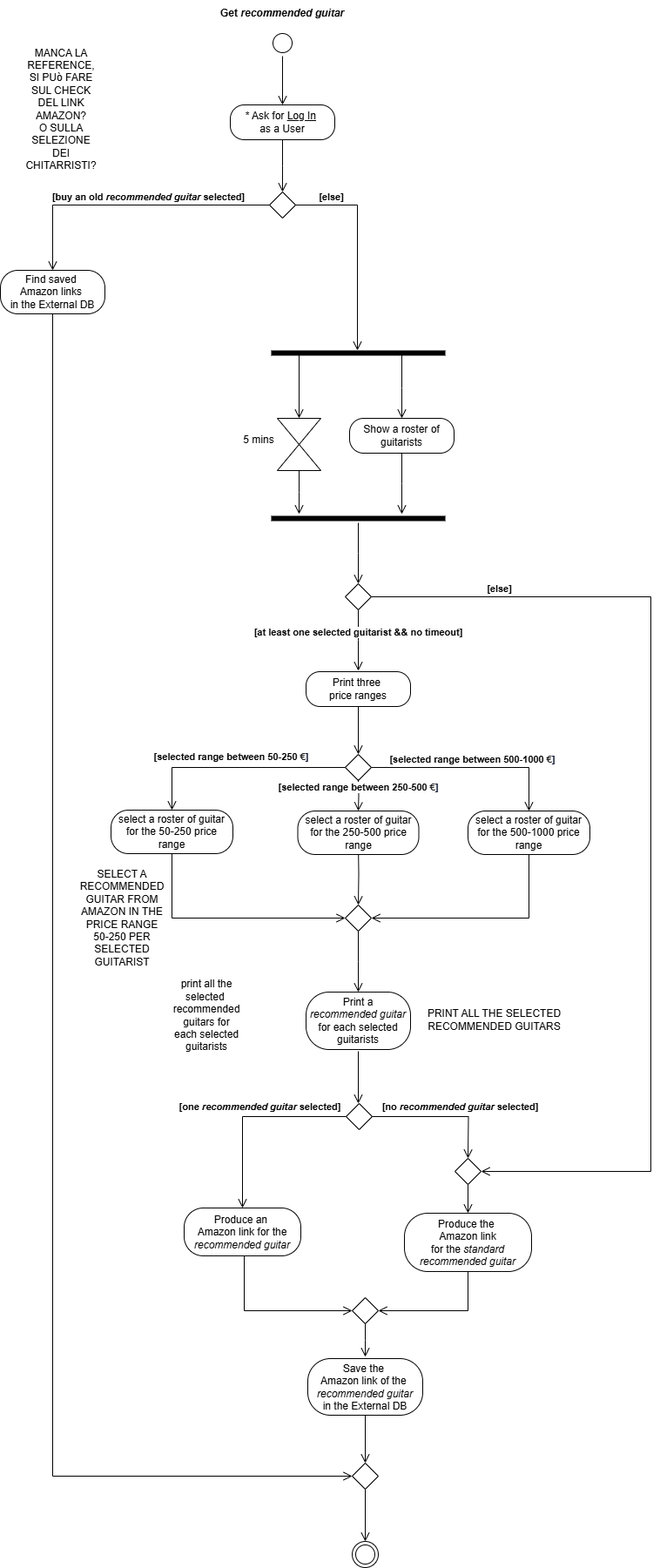
Earlier version of the draw.io export ActivityDiagramM.drawio.png (TizianoLilli/ISPW-Project). Source tidied: cells renumbered, new cells last; positions are measured from the earlier drawing's top-left corner, leaving out a move shared by most shapes.
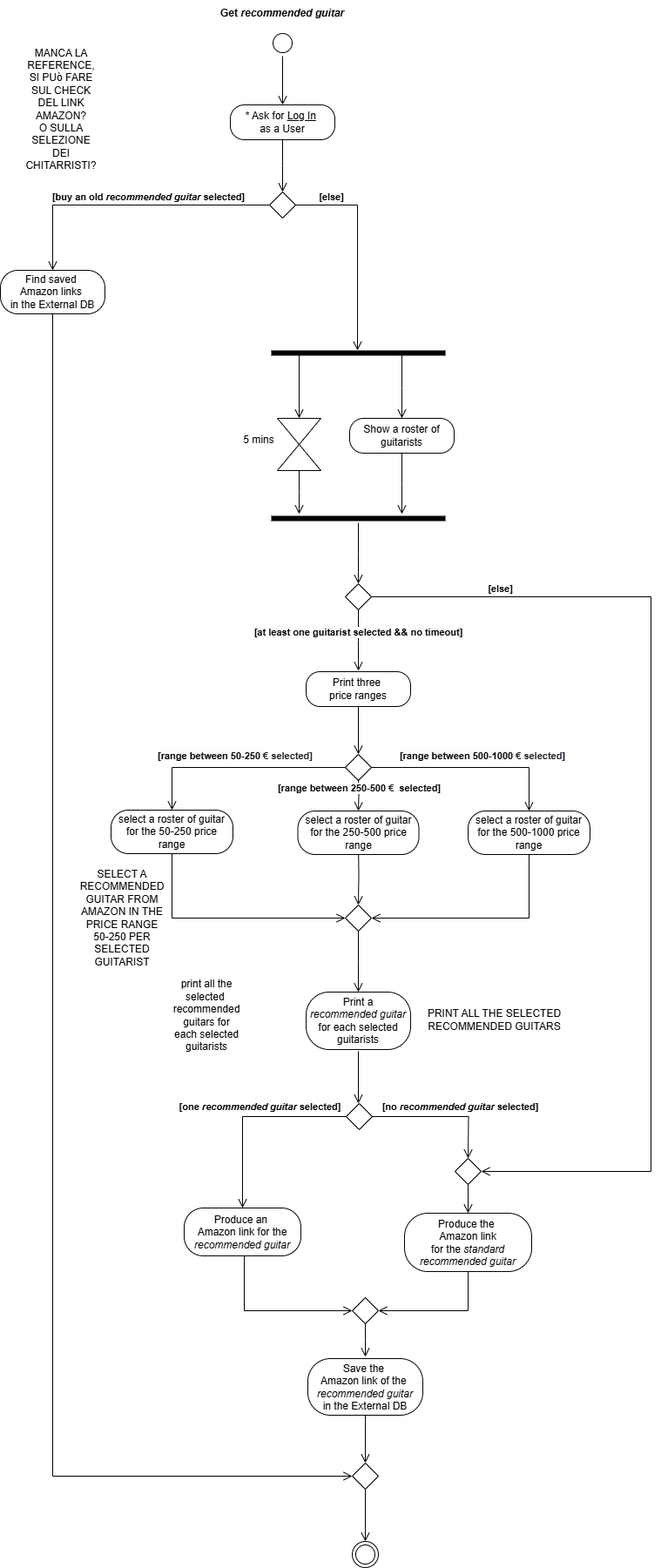
Above is the later version.

The edit, as a diff of the source:
```diff
@@ -13,7 +13,7 @@
     <mxCell id="4" style="rhombus;whiteSpace=wrap;html=1;labelBackgroundColor=none;" parent="1" vertex="1">
       <mxGeometry x="396" y="866" width="30" height="30" as="geometry" />
     </mxCell>
-    <mxCell id="5" value="&lt;b&gt;[&lt;/b&gt;&lt;b style=&quot;text-align: left;&quot;&gt;selected&amp;nbsp;&lt;/b&gt;&lt;b&gt;range between 500-1000&amp;nbsp;&lt;span style=&quot;text-align: left; text-wrap-mode: wrap; color: rgb(31, 31, 31); background-color: rgb(255, 255, 255);&quot;&gt;€&lt;/span&gt;&lt;span style=&quot;text-align: left; background-color: initial;&quot;&gt;&lt;font style=&quot;&quot; face=&quot;Helvetica&quot;&gt;&lt;font style=&quot;&quot; color=&quot;#040c28&quot;&gt;&lt;span style=&quot;text-wrap-mode: wrap;&quot;&gt;]&lt;/span&gt;&lt;/font&gt;&lt;/font&gt;&lt;/span&gt;&lt;/b&gt;" style="edgeStyle=orthogonalEdgeStyle;html=1;verticalAlign=bottom;endArrow=open;endSize=8;rounded=0;exitX=1;exitY=0.5;exitDx=0;exitDy=0;labelBackgroundColor=none;fontColor=default;" parent="1" edge="1" source="4" target="12">
+    <mxCell id="5" style="edgeStyle=orthogonalEdgeStyle;html=1;verticalAlign=bottom;endArrow=open;endSize=8;rounded=0;exitX=1;exitY=0.5;exitDx=0;exitDy=0;labelBackgroundColor=none;fontColor=default;" parent="1" edge="1" source="4" target="12">
       <mxGeometry relative="1" as="geometry">
         <Array as="points">
           <mxPoint x="607" y="881" />
@@ -29,8 +29,8 @@
         </Array>
       </mxGeometry>
     </mxCell>
-    <mxCell id="7" value="&lt;b&gt;[&lt;/b&gt;&lt;b style=&quot;text-align: left;&quot;&gt;&lt;span style=&quot;&quot;&gt;selected&amp;nbsp;&lt;/span&gt;&lt;/b&gt;&lt;b&gt;range between 250-500&amp;nbsp;&lt;span style=&quot;text-align: left; text-wrap-mode: wrap; color: rgb(31, 31, 31);&quot;&gt;€&lt;/span&gt;&lt;span style=&quot;text-align: left;&quot;&gt;&lt;font face=&quot;Helvetica&quot; style=&quot;&quot;&gt;&lt;font color=&quot;#040c28&quot; style=&quot;&quot;&gt;&lt;span style=&quot;text-wrap-mode: wrap;&quot;&gt;]&lt;/span&gt;&lt;/font&gt;&lt;/font&gt;&lt;/span&gt;&lt;/b&gt;" style="edgeStyle=orthogonalEdgeStyle;html=1;verticalAlign=bottom;endArrow=open;endSize=8;rounded=0;exitX=0.5;exitY=1;exitDx=0;exitDy=0;labelBackgroundColor=default;fontColor=default;entryX=0.5;entryY=0;entryDx=0;entryDy=0;" parent="1" edge="1" target="11">
-      <mxGeometry relative="1" as="geometry">
+    <mxCell id="7" value="&lt;b&gt;[range between 250-500&amp;nbsp;&lt;/b&gt;&lt;b style=&quot;text-align: left; background-color: rgb(251, 251, 251);&quot;&gt;&lt;span style=&quot;text-wrap-mode: wrap; color: rgb(31, 31, 31); background-color: rgb(255, 255, 255);&quot;&gt;€&amp;nbsp;&lt;/span&gt;&lt;/b&gt;&lt;b&gt;&amp;nbsp;selected]&lt;/b&gt;" style="edgeStyle=orthogonalEdgeStyle;html=1;verticalAlign=bottom;endArrow=open;endSize=8;rounded=0;exitX=0.5;exitY=1;exitDx=0;exitDy=0;labelBackgroundColor=default;fontColor=default;entryX=0.5;entryY=0;entryDx=0;entryDy=0;" parent="1" edge="1" target="11">
+      <mxGeometry x="0.01" relative="1" as="geometry">
         <mxPoint x="411" y="895" as="sourcePoint" />
       </mxGeometry>
     </mxCell>
@@ -39,8 +39,8 @@
         <mxPoint x="411" y="967" as="sourcePoint" />
       </mxGeometry>
     </mxCell>
-    <mxCell id="9" value="&lt;div style=&quot;text-align: left;&quot;&gt;&lt;b&gt;&lt;span style=&quot;background-color: initial;&quot;&gt;&lt;font style=&quot;&quot; face=&quot;Helvetica&quot;&gt;[selected range between 50-250&amp;nbsp;&lt;/font&gt;&lt;/span&gt;&lt;span style=&quot;text-wrap-mode: wrap; color: rgb(31, 31, 31); text-align: left; background-color: rgb(255, 255, 255);&quot;&gt;&lt;font style=&quot;font-size: 11px;&quot;&gt;€&lt;/font&gt;&lt;/span&gt;&lt;span style=&quot;background-color: initial;&quot;&gt;&lt;font style=&quot;&quot; face=&quot;Helvetica&quot;&gt;&lt;font style=&quot;&quot; color=&quot;#040c28&quot;&gt;&lt;span style=&quot;text-wrap-mode: wrap;&quot;&gt;]&lt;/span&gt;&lt;/font&gt;&lt;/font&gt;&lt;/span&gt;&lt;/b&gt;&lt;/div&gt;" style="edgeStyle=orthogonalEdgeStyle;html=1;verticalAlign=bottom;endArrow=open;endSize=8;rounded=0;exitX=0;exitY=0.5;exitDx=0;exitDy=0;labelBackgroundColor=none;fontColor=default;entryX=0.5;entryY=0;entryDx=0;entryDy=0;" parent="1" edge="1" source="4" target="10">
-      <mxGeometry x="0.05" y="-3" relative="1" as="geometry" />
+    <mxCell id="9" value="&lt;div style=&quot;text-align: left;&quot;&gt;&lt;br&gt;&lt;/div&gt;" style="edgeStyle=orthogonalEdgeStyle;html=1;verticalAlign=bottom;endArrow=open;endSize=8;rounded=0;exitX=0;exitY=0.5;exitDx=0;exitDy=0;labelBackgroundColor=none;fontColor=default;entryX=0.5;entryY=0;entryDx=0;entryDy=0;" parent="1" edge="1" source="4" target="10">
+      <mxGeometry x="0.06" y="-3" relative="1" as="geometry" />
     </mxCell>
     <mxCell id="10" value="select a roster of guitar for the 50-250 price range" style="rounded=1;whiteSpace=wrap;html=1;arcSize=40;labelBackgroundColor=none;" parent="1" vertex="1">
       <mxGeometry x="127" y="930" width="140" height="50" as="geometry" />
@@ -158,8 +158,8 @@
     <mxCell id="40" style="rhombus;whiteSpace=wrap;html=1;labelBackgroundColor=none;" parent="1" vertex="1">
       <mxGeometry x="396" y="670" width="30" height="30" as="geometry" />
     </mxCell>
-    <mxCell id="41" value="&lt;b&gt;[at least one selected guitarist &amp;amp;&amp;amp; no timeout]&lt;/b&gt;" style="edgeStyle=orthogonalEdgeStyle;html=1;verticalAlign=bottom;endArrow=open;endSize=8;rounded=0;labelBackgroundColor=default;fontColor=default;exitX=0.5;exitY=1;exitDx=0;exitDy=0;" parent="1" edge="1" source="40">
-      <mxGeometry relative="1" as="geometry">
+    <mxCell id="41" value="&lt;b&gt;[at least one guitarist selected &amp;amp;&amp;amp; no timeout]&lt;/b&gt;" style="edgeStyle=orthogonalEdgeStyle;html=1;verticalAlign=bottom;endArrow=open;endSize=8;rounded=0;labelBackgroundColor=default;fontColor=default;exitX=0.5;exitY=1;exitDx=0;exitDy=0;" parent="1" edge="1" source="40">
+      <mxGeometry x="-0.01" relative="1" as="geometry">
         <mxPoint x="411" y="770" as="targetPoint" />
       </mxGeometry>
     </mxCell>
@@ -243,5 +243,11 @@
     <mxCell id="61" value="5 mins" style="text;html=1;align=center;verticalAlign=middle;whiteSpace=wrap;rounded=0;" parent="1" vertex="1">
       <mxGeometry x="267" y="490" width="60" height="30" as="geometry" />
     </mxCell>
+    <mxCell id="62" value="&#10;&lt;b style=&quot;forced-color-adjust: none; color: rgb(0, 0, 0); font-family: Helvetica; font-size: 11px; font-style: normal; font-variant-ligatures: normal; font-variant-caps: normal; letter-spacing: normal; orphans: 2; text-align: left; text-indent: 0px; text-transform: none; widows: 2; word-spacing: 0px; -webkit-text-stroke-width: 0px; white-space: nowrap; background-color: rgb(251, 251, 251); text-decoration-thickness: initial; text-decoration-style: initial; text-decoration-color: initial;&quot;&gt;[range between 50-250&amp;nbsp;&lt;/b&gt;&lt;b style=&quot;forced-color-adjust: none; color: rgb(0, 0, 0); font-family: Helvetica; font-size: 11px; font-style: normal; font-variant-ligatures: normal; font-variant-caps: normal; letter-spacing: normal; orphans: 2; text-align: left; text-indent: 0px; text-transform: none; widows: 2; word-spacing: 0px; -webkit-text-stroke-width: 0px; white-space: nowrap; background-color: initial; text-decoration-thickness: initial; text-decoration-style: initial; text-decoration-color: initial;&quot;&gt;&lt;span style=&quot;forced-color-adjust: none; text-wrap-mode: wrap; color: rgb(31, 31, 31); background-color: rgb(255, 255, 255);&quot;&gt;€ selected]&lt;/span&gt;&lt;/b&gt;&#10;&#10;" style="text;html=1;align=center;verticalAlign=middle;whiteSpace=wrap;rounded=0;" parent="1" vertex="1">
+      <mxGeometry x="160" y="860" width="220" height="30" as="geometry" />
+    </mxCell>
+    <mxCell id="63" value="&#10;&lt;b style=&quot;forced-color-adjust: none; color: rgb(0, 0, 0); font-family: Helvetica; font-size: 11px; font-style: normal; font-variant-ligatures: normal; font-variant-caps: normal; letter-spacing: normal; orphans: 2; text-align: center; text-indent: 0px; text-transform: none; widows: 2; word-spacing: 0px; -webkit-text-stroke-width: 0px; white-space: nowrap; background-color: rgb(251, 251, 251); text-decoration-thickness: initial; text-decoration-style: initial; text-decoration-color: initial;&quot;&gt;[&lt;/b&gt;&lt;b style=&quot;forced-color-adjust: none; color: rgb(0, 0, 0); font-family: Helvetica; font-size: 11px; font-style: normal; font-variant-ligatures: normal; font-variant-caps: normal; letter-spacing: normal; orphans: 2; text-align: center; text-indent: 0px; text-transform: none; widows: 2; word-spacing: 0px; -webkit-text-stroke-width: 0px; white-space: nowrap; background-color: rgb(251, 251, 251); text-decoration-thickness: initial; text-decoration-style: initial; text-decoration-color: initial;&quot;&gt;range between 500-1000&amp;nbsp;&lt;span style=&quot;forced-color-adjust: none; text-align: left; text-wrap-mode: wrap; color: rgb(31, 31, 31); background-color: rgb(255, 255, 255);&quot;&gt;€ selected&lt;/span&gt;&lt;span style=&quot;forced-color-adjust: none; text-align: left; background-color: initial;&quot;&gt;&lt;font style=&quot;forced-color-adjust: none;&quot; face=&quot;Helvetica&quot;&gt;&lt;font style=&quot;forced-color-adjust: none;&quot; color=&quot;#040c28&quot;&gt;&lt;span style=&quot;forced-color-adjust: none; text-wrap-mode: wrap;&quot;&gt;]&lt;/span&gt;&lt;/font&gt;&lt;/font&gt;&lt;/span&gt;&lt;/b&gt;&#10;&#10;" style="text;html=1;align=center;verticalAlign=middle;whiteSpace=wrap;rounded=0;" parent="1" vertex="1">
+      <mxGeometry x="434" y="860" width="240" height="30" as="geometry" />
+    </mxCell>
   </root>
 </mxGraphModel>
```
